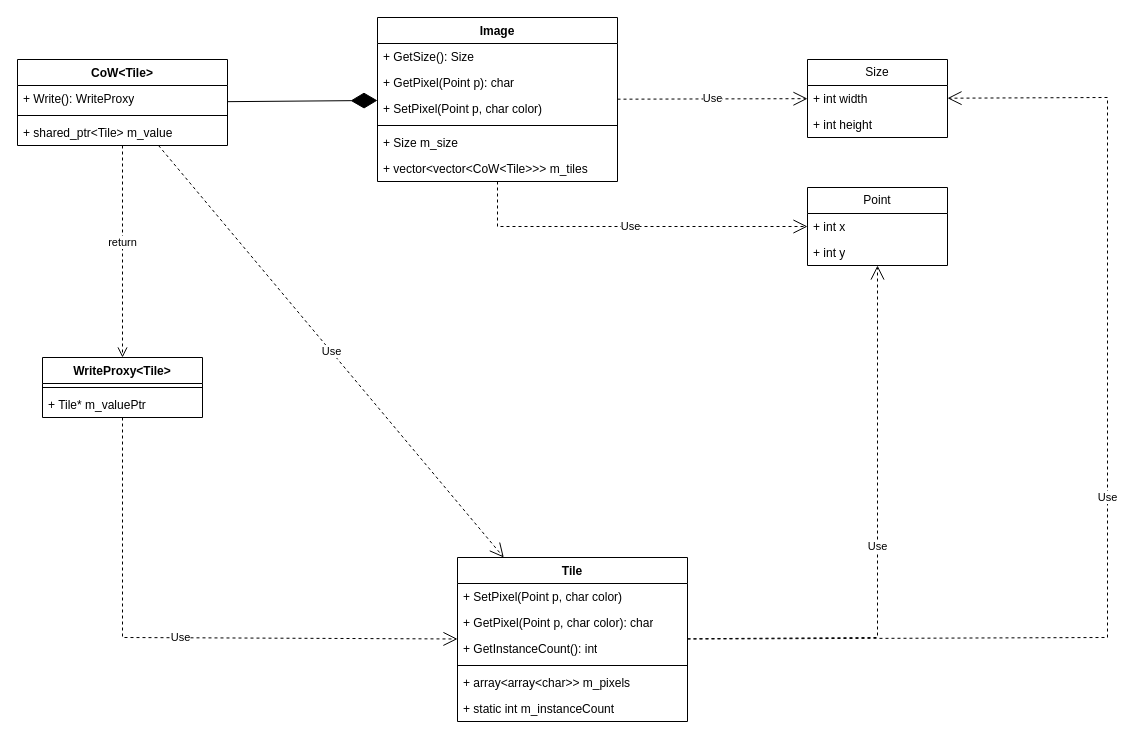
Earlier version of the draw.io diagram Lab9/Proxy.drawio (x4la1/ood). Source tidied: cells renumbered, new cells numbered last; positions are measured from the earlier drawing's top-left corner, leaving out a move shared by most shapes. Both pictures are drawn from the tidied source at 100%, with x=0, y=0 at pixel (17, 17).
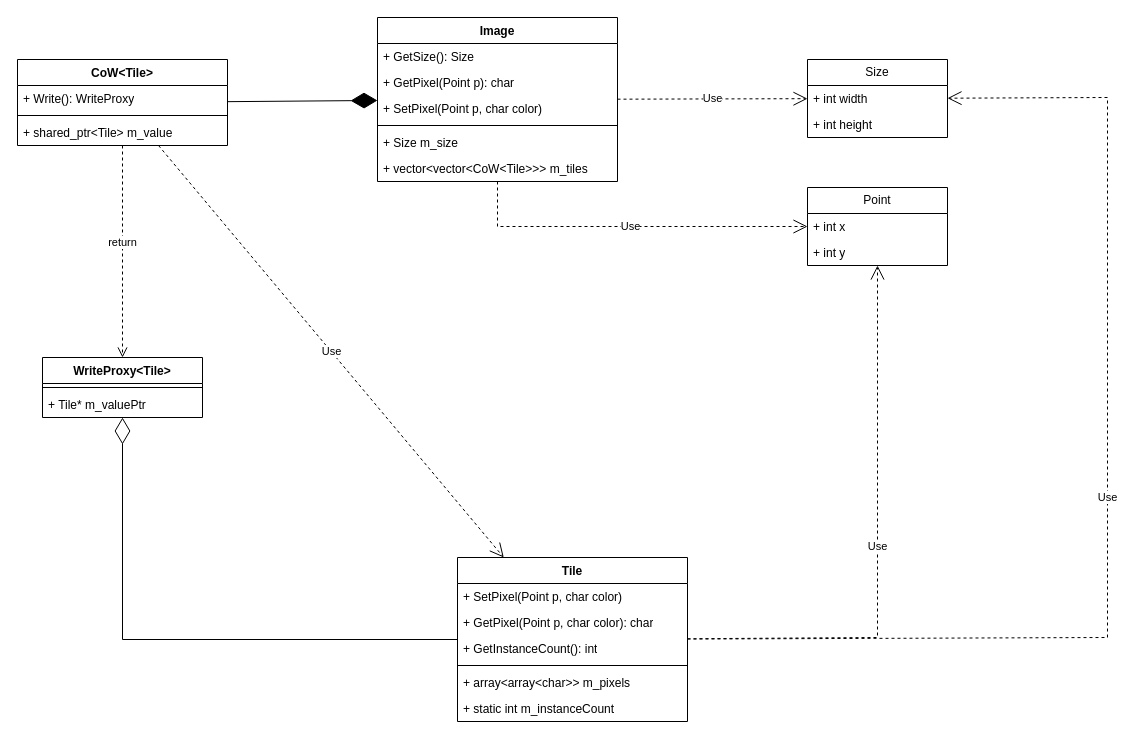
After the change.

Unchanged cells that the change refers to:
```xml
<mxCell id="6" value="WriteProxy&amp;lt;Tile&amp;gt;" style="swimlane;fontStyle=1;align=center;verticalAlign=top;horizontal=1;startSize=26;whiteSpace=wrap;html=1;" parent="1" vertex="1">
  <mxGeometry x="25" y="340" width="160" height="60" as="geometry" />
</mxCell>
<mxCell id="10" value="Tile" style="swimlane;fontStyle=1;align=center;verticalAlign=top;horizontal=1;startSize=26;whiteSpace=wrap;html=1;" parent="1" vertex="1">
  <mxGeometry x="440" y="540" width="230" height="164" as="geometry" />
</mxCell>
```

Change to the diagram source:
```diff
@@
-    <mxCell id="17" value="Use" style="endArrow=open;endSize=12;dashed=1;html=1;rounded=0;" parent="1" edge="1" source="6" target="10">
-      <mxGeometry relative="1" as="geometry">
-        <Array as="points">
-          <mxPoint x="105" y="620" />
-        </Array>
-      </mxGeometry>
-    </mxCell>
@@
+    <mxCell id="37" style="endArrow=diamondThin;endFill=0;endSize=24;html=1;rounded=0;" parent="1" edge="1" source="10" target="6">
+      <mxGeometry relative="1" as="geometry">
+        <Array as="points">
+          <mxPoint x="105" y="622" />
+        </Array>
+      </mxGeometry>
+    </mxCell>
```
